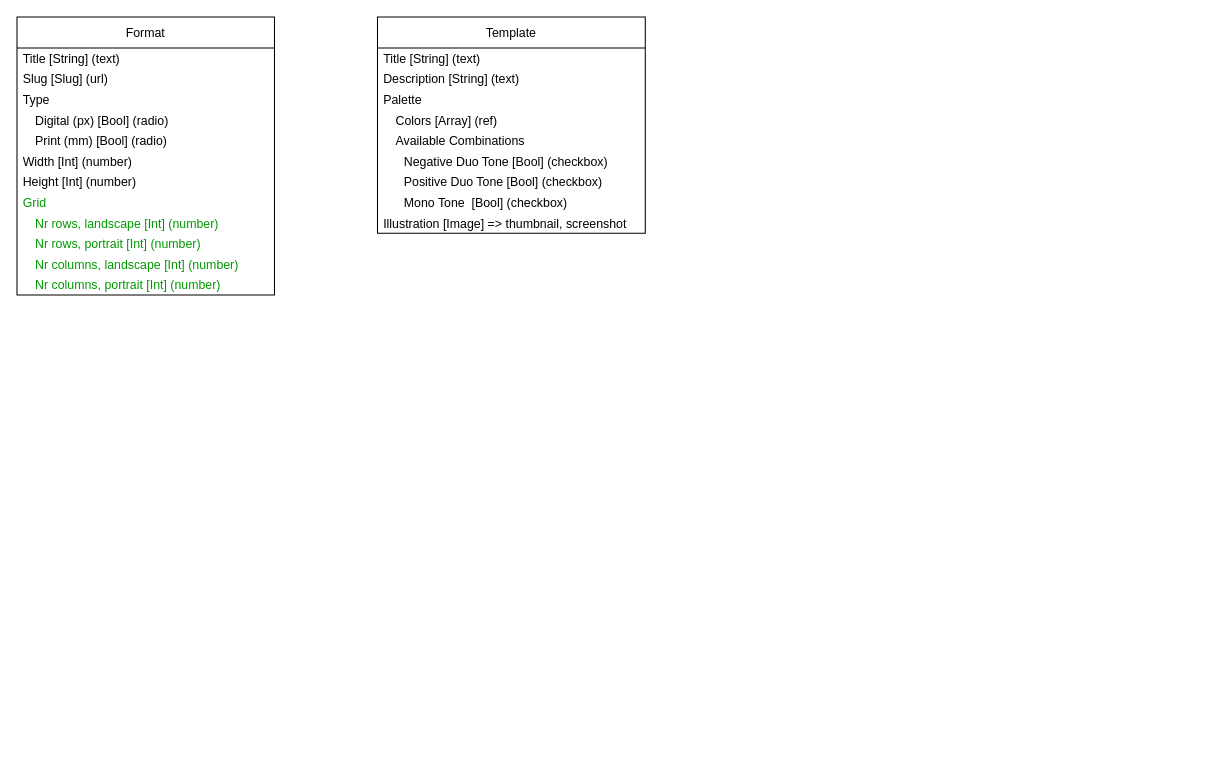
Earlier version of the draw.io diagram root/DesignmaskinCurrent2.drawio (dreamyguy/drawio). Source tidied: cells renumbered, new cells numbered last; positions are measured from the earlier drawing's top-left corner, leaving out a move shared by most shapes. Both pictures are drawn from the tidied source at 103%, with x=0, y=0 at pixel (16, 16).
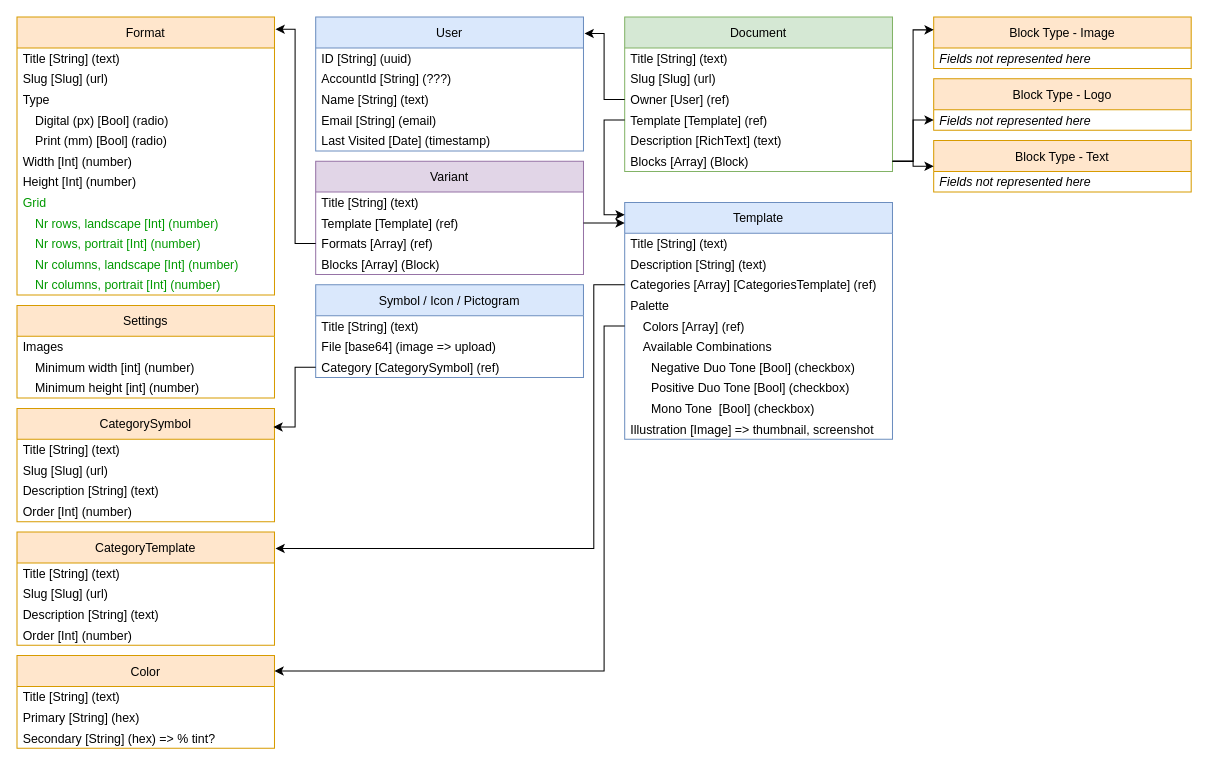
After the change.

The edit, as a diff of the source:
```diff
@@
-    <mxCell id="2" value="Format" style="swimlane;fontStyle=0;horizontal=1;startSize=30;" parent="1" vertex="1">
+    <mxCell id="2" value="Format" style="swimlane;fontStyle=0;horizontal=1;startSize=30;strokeColor=#d79b00;fillColor=#ffe6cc;" parent="1" vertex="1">
       <mxGeometry width="250" height="270" as="geometry" />
     </mxCell>
@@
-    <mxCell id="15" value="Template" style="swimlane;fontStyle=0;horizontal=1;startSize=30;" parent="1" vertex="1">
-      <mxGeometry x="350" width="260" height="210" as="geometry" />
+    <mxCell id="15" value="Template" style="swimlane;fontStyle=0;horizontal=1;startSize=30;fillColor=#dae8fc;strokeColor=#6c8ebf;" parent="1" vertex="1">
+      <mxGeometry x="590" y="180" width="260" height="230" as="geometry" />
     </mxCell>
@@
+    <mxCell id="25" value="Categories [Array] [CategoriesTemplate] (ref)" style="text;strokeColor=none;fillColor=none;align=left;verticalAlign=middle;spacingLeft=4;spacingRight=4;overflow=hidden;" parent="15" vertex="1">
+      <mxGeometry y="70" width="260" height="20" as="geometry" />
+    </mxCell>
     <mxCell id="18" value="Palette" style="text;strokeColor=none;fillColor=none;align=left;verticalAlign=middle;spacingLeft=4;spacingRight=4;overflow=hidden;" parent="15" vertex="1">
-      <mxGeometry y="70" width="260" height="20" as="geometry" />
+      <mxGeometry y="90" width="260" height="20" as="geometry" />
     </mxCell>
     <mxCell id="19" value="Colors [Array] (ref)" style="text;strokeColor=none;fillColor=none;align=left;verticalAlign=middle;spacingLeft=16;spacingRight=4;overflow=hidden;points=[[0,0.5],[1,0.5]];portConstraint=eastwest;" parent="15" vertex="1">
-      <mxGeometry y="90" width="260" height="20" as="geometry" />
+      <mxGeometry y="110" width="260" height="20" as="geometry" />
     </mxCell>
     <mxCell id="20" value="Available Combinations" style="text;strokeColor=none;fillColor=none;align=left;verticalAlign=middle;spacingLeft=16;spacingRight=4;overflow=hidden;" parent="15" vertex="1">
-      <mxGeometry y="110" width="260" height="20" as="geometry" />
+      <mxGeometry y="130" width="260" height="20" as="geometry" />
     </mxCell>
     <mxCell id="21" value="Negative Duo Tone [Bool] (checkbox)" style="text;strokeColor=none;fillColor=none;align=left;verticalAlign=middle;spacingLeft=24;spacingRight=4;overflow=hidden;" parent="15" vertex="1">
-      <mxGeometry y="130" width="260" height="20" as="geometry" />
+      <mxGeometry y="150" width="260" height="20" as="geometry" />
     </mxCell>
     <mxCell id="22" value="Positive Duo Tone [Bool] (checkbox)" style="text;strokeColor=none;fillColor=none;align=left;verticalAlign=middle;spacingLeft=24;spacingRight=4;overflow=hidden;" parent="15" vertex="1">
-      <mxGeometry y="150" width="260" height="20" as="geometry" />
+      <mxGeometry y="170" width="260" height="20" as="geometry" />
     </mxCell>
     <mxCell id="23" value="Mono Tone  [Bool] (checkbox)" style="text;strokeColor=none;fillColor=none;align=left;verticalAlign=middle;spacingLeft=24;spacingRight=4;overflow=hidden;" parent="15" vertex="1">
-      <mxGeometry y="170" width="260" height="20" as="geometry" />
+      <mxGeometry y="190" width="260" height="20" as="geometry" />
     </mxCell>
     <mxCell id="24" value="Illustration [Image] =&gt; thumbnail, screenshot" style="text;strokeColor=none;fillColor=none;align=left;verticalAlign=middle;spacingLeft=4;spacingRight=4;overflow=hidden;" parent="15" vertex="1">
-      <mxGeometry y="190" width="260" height="20" as="geometry" />
+      <mxGeometry y="210" width="260" height="20" as="geometry" />
     </mxCell>
+    <mxCell id="26" value="Document" style="swimlane;fontStyle=0;horizontal=1;startSize=30;fillColor=#d5e8d4;strokeColor=#82b366;" parent="1" vertex="1">
+      <mxGeometry x="590" width="260" height="150" as="geometry" />
+    </mxCell>
+    <mxCell id="27" value="Title [String] (text)" style="text;strokeColor=none;fillColor=none;align=left;verticalAlign=middle;spacingLeft=4;spacingRight=4;overflow=hidden;spacing=2;" parent="26" vertex="1">
+      <mxGeometry y="30" width="260" height="20" as="geometry" />
+    </mxCell>
+    <mxCell id="28" value="Slug [Slug] (url)" style="text;strokeColor=none;fillColor=none;align=left;verticalAlign=middle;spacingLeft=4;spacingRight=4;overflow=hidden;spacing=2;" parent="26" vertex="1">
+      <mxGeometry y="50" width="260" height="20" as="geometry" />
+    </mxCell>
+    <mxCell id="29" value="Owner [User] (ref)" style="text;strokeColor=none;fillColor=none;align=left;verticalAlign=middle;spacingLeft=4;spacingRight=4;overflow=hidden;points=[[0,0.5],[1,0.5]];portConstraint=eastwest;spacing=2;" parent="26" vertex="1">
+      <mxGeometry y="70" width="260" height="20" as="geometry" />
+    </mxCell>
+    <mxCell id="30" value="Template [Template] (ref)" style="text;strokeColor=none;fillColor=none;align=left;verticalAlign=middle;spacingLeft=4;spacingRight=4;overflow=hidden;points=[[0,0.5],[1,0.5]];portConstraint=eastwest;spacing=2;" parent="26" vertex="1">
+      <mxGeometry y="90" width="260" height="20" as="geometry" />
+    </mxCell>
+    <mxCell id="31" value="Description [RichText] (text)" style="text;strokeColor=none;fillColor=none;align=left;verticalAlign=middle;spacingLeft=4;spacingRight=4;overflow=hidden;" parent="26" vertex="1">
+      <mxGeometry y="110" width="260" height="20" as="geometry" />
+    </mxCell>
+    <mxCell id="32" value="Blocks [Array] (Block)" style="text;strokeColor=none;fillColor=none;align=left;verticalAlign=middle;spacingLeft=4;spacingRight=4;overflow=hidden;points=[[0,0.5],[1,0.5]];portConstraint=eastwest;" parent="26" vertex="1">
+      <mxGeometry y="130" width="260" height="20" as="geometry" />
+    </mxCell>
+    <mxCell id="33" value="User" style="swimlane;fontStyle=0;horizontal=1;startSize=30;fillColor=#dae8fc;strokeColor=#6c8ebf;" parent="1" vertex="1">
+      <mxGeometry x="290" width="260" height="130" as="geometry" />
+    </mxCell>
+    <mxCell id="34" value="ID [String] (uuid)" style="text;strokeColor=none;fillColor=none;align=left;verticalAlign=middle;spacingLeft=4;spacingRight=4;overflow=hidden;spacing=2;" parent="33" vertex="1">
+      <mxGeometry y="30" width="260" height="20" as="geometry" />
+    </mxCell>
+    <mxCell id="35" value="AccountId [String] (???)" style="text;strokeColor=none;fillColor=none;align=left;verticalAlign=middle;spacingLeft=4;spacingRight=4;overflow=hidden;spacing=2;" parent="33" vertex="1">
+      <mxGeometry y="50" width="260" height="20" as="geometry" />
+    </mxCell>
+    <mxCell id="36" value="Name [String] (text)" style="text;strokeColor=none;fillColor=none;align=left;verticalAlign=middle;spacingLeft=4;spacingRight=4;overflow=hidden;spacing=2;" parent="33" vertex="1">
+      <mxGeometry y="70" width="260" height="20" as="geometry" />
+    </mxCell>
+    <mxCell id="37" value="Email [String] (email)" style="text;strokeColor=none;fillColor=none;align=left;verticalAlign=middle;spacingLeft=4;spacingRight=4;overflow=hidden;" parent="33" vertex="1">
+      <mxGeometry y="90" width="260" height="20" as="geometry" />
+    </mxCell>
+    <mxCell id="38" value="Last Visited [Date] (timestamp)" style="text;strokeColor=none;fillColor=none;align=left;verticalAlign=middle;spacingLeft=4;spacingRight=4;overflow=hidden;" parent="33" vertex="1">
+      <mxGeometry y="110" width="260" height="20" as="geometry" />
+    </mxCell>
+    <mxCell id="39" style="edgeStyle=orthogonalEdgeStyle;rounded=0;jettySize=auto;html=1;exitX=0;exitY=0.5;exitDx=0;exitDy=0;entryX=1.004;entryY=0.123;entryDx=0;entryDy=0;entryPerimeter=0;fontColor=#009900;" parent="1" edge="1" source="29" target="33">
+      <mxGeometry relative="1" as="geometry" />
+    </mxCell>
+    <mxCell id="40" value="Color" style="swimlane;fontStyle=0;horizontal=1;startSize=30;fillColor=#ffe6cc;strokeColor=#d79b00;" parent="1" vertex="1">
+      <mxGeometry y="620" width="250" height="90" as="geometry" />
+    </mxCell>
+    <mxCell id="41" value="Title [String] (text)" style="text;strokeColor=none;fillColor=none;align=left;verticalAlign=middle;spacingLeft=4;spacingRight=4;overflow=hidden;spacing=2;" parent="40" vertex="1">
+      <mxGeometry y="30" width="250" height="20" as="geometry" />
+    </mxCell>
+    <mxCell id="42" value="Primary [String] (hex)" style="text;strokeColor=none;fillColor=none;align=left;verticalAlign=middle;spacingLeft=4;spacingRight=4;overflow=hidden;" parent="40" vertex="1">
+      <mxGeometry y="50" width="250" height="20" as="geometry" />
+    </mxCell>
+    <mxCell id="43" value="Secondary [String] (hex) =&gt; % tint?" style="text;strokeColor=none;fillColor=none;align=left;verticalAlign=middle;spacingLeft=4;spacingRight=4;overflow=hidden;" parent="40" vertex="1">
+      <mxGeometry y="70" width="250" height="20" as="geometry" />
+    </mxCell>
+    <mxCell id="44" style="edgeStyle=orthogonalEdgeStyle;rounded=0;jettySize=auto;html=1;exitX=0;exitY=0.5;exitDx=0;exitDy=0;entryX=1;entryY=0.167;entryDx=0;entryDy=0;entryPerimeter=0;fontColor=#009900;" parent="1" edge="1" source="19" target="40">
+      <mxGeometry relative="1" as="geometry">
+        <Array as="points">
+          <mxPoint x="570" y="300" />
+          <mxPoint x="570" y="635" />
+        </Array>
+      </mxGeometry>
+    </mxCell>
+    <mxCell id="45" value="Symbol / Icon / Pictogram" style="swimlane;fontStyle=0;horizontal=1;startSize=30;fillColor=#dae8fc;strokeColor=#6c8ebf;" parent="1" vertex="1">
+      <mxGeometry x="290" y="260" width="260" height="90" as="geometry" />
+    </mxCell>
+    <mxCell id="46" value="Title [String] (text)" style="text;strokeColor=none;fillColor=none;align=left;verticalAlign=middle;spacingLeft=4;spacingRight=4;overflow=hidden;spacing=2;" parent="45" vertex="1">
+      <mxGeometry y="30" width="260" height="20" as="geometry" />
+    </mxCell>
+    <mxCell id="47" value="File [base64] (image =&gt; upload)" style="text;strokeColor=none;fillColor=none;align=left;verticalAlign=middle;spacingLeft=4;spacingRight=4;overflow=hidden;" parent="45" vertex="1">
+      <mxGeometry y="50" width="260" height="20" as="geometry" />
+    </mxCell>
+    <mxCell id="48" value="Category [CategorySymbol] (ref)" style="text;strokeColor=none;fillColor=none;align=left;verticalAlign=middle;spacingLeft=4;spacingRight=4;overflow=hidden;points=[[0,0.5],[1,0.5]];portConstraint=eastwest;" parent="45" vertex="1">
+      <mxGeometry y="70" width="260" height="20" as="geometry" />
+    </mxCell>
+    <mxCell id="49" value="CategoryTemplate" style="swimlane;fontStyle=0;horizontal=1;startSize=30;fillColor=#ffe6cc;strokeColor=#d79b00;" parent="1" vertex="1">
+      <mxGeometry y="500" width="250" height="110" as="geometry" />
+    </mxCell>
+    <mxCell id="50" value="Title [String] (text)" style="text;strokeColor=none;fillColor=none;align=left;verticalAlign=middle;spacingLeft=4;spacingRight=4;overflow=hidden;spacing=2;" parent="49" vertex="1">
+      <mxGeometry y="30" width="250" height="20" as="geometry" />
+    </mxCell>
+    <mxCell id="51" value="Slug [Slug] (url)" style="text;strokeColor=none;fillColor=none;align=left;verticalAlign=middle;spacingLeft=4;spacingRight=4;overflow=hidden;" parent="49" vertex="1">
+      <mxGeometry y="50" width="250" height="20" as="geometry" />
+    </mxCell>
+    <mxCell id="52" value="Description [String] (text)" style="text;strokeColor=none;fillColor=none;align=left;verticalAlign=middle;spacingLeft=4;spacingRight=4;overflow=hidden;" parent="49" vertex="1">
+      <mxGeometry y="70" width="250" height="20" as="geometry" />
+    </mxCell>
+    <mxCell id="53" value="Order [Int] (number)" style="text;strokeColor=none;fillColor=none;align=left;verticalAlign=middle;spacingLeft=4;spacingRight=4;overflow=hidden;" parent="49" vertex="1">
+      <mxGeometry y="90" width="250" height="20" as="geometry" />
+    </mxCell>
+    <mxCell id="54" value="CategorySymbol" style="swimlane;fontStyle=0;horizontal=1;startSize=30;fillColor=#ffe6cc;strokeColor=#d79b00;" parent="1" vertex="1">
+      <mxGeometry y="380" width="250" height="110" as="geometry" />
+    </mxCell>
+    <mxCell id="55" value="Title [String] (text)" style="text;strokeColor=none;fillColor=none;align=left;verticalAlign=middle;spacingLeft=4;spacingRight=4;overflow=hidden;spacing=2;" parent="54" vertex="1">
+      <mxGeometry y="30" width="250" height="20" as="geometry" />
+    </mxCell>
+    <mxCell id="56" value="Slug [Slug] (url)" style="text;strokeColor=none;fillColor=none;align=left;verticalAlign=middle;spacingLeft=4;spacingRight=4;overflow=hidden;" parent="54" vertex="1">
+      <mxGeometry y="50" width="250" height="20" as="geometry" />
+    </mxCell>
+    <mxCell id="57" value="Description [String] (text)" style="text;strokeColor=none;fillColor=none;align=left;verticalAlign=middle;spacingLeft=4;spacingRight=4;overflow=hidden;" parent="54" vertex="1">
+      <mxGeometry y="70" width="250" height="20" as="geometry" />
+    </mxCell>
+    <mxCell id="58" value="Order [Int] (number)" style="text;strokeColor=none;fillColor=none;align=left;verticalAlign=middle;spacingLeft=4;spacingRight=4;overflow=hidden;" parent="54" vertex="1">
+      <mxGeometry y="90" width="250" height="20" as="geometry" />
+    </mxCell>
+    <mxCell id="59" style="edgeStyle=orthogonalEdgeStyle;rounded=0;jettySize=auto;html=1;exitX=0;exitY=0.5;exitDx=0;exitDy=0;entryX=0.996;entryY=0.164;entryDx=0;entryDy=0;entryPerimeter=0;fontColor=#009900;" parent="1" edge="1" source="48" target="54">
+      <mxGeometry relative="1" as="geometry" />
+    </mxCell>
+    <mxCell id="60" style="edgeStyle=orthogonalEdgeStyle;rounded=0;jettySize=auto;html=1;entryX=1.004;entryY=0.145;entryDx=0;entryDy=0;entryPerimeter=0;fontColor=#009900;" parent="1" edge="1" target="49">
+      <mxGeometry relative="1" as="geometry">
+        <mxPoint x="590" y="260" as="sourcePoint" />
+        <Array as="points">
+          <mxPoint x="590" y="260" />
+          <mxPoint x="560" y="260" />
+          <mxPoint x="560" y="516" />
+        </Array>
+      </mxGeometry>
+    </mxCell>
+    <mxCell id="61" value="Settings" style="swimlane;fontStyle=0;horizontal=1;startSize=30;fillColor=#ffe6cc;strokeColor=#d79b00;" parent="1" vertex="1">
+      <mxGeometry y="280" width="250" height="90" as="geometry" />
+    </mxCell>
+    <mxCell id="62" value="Images" style="text;strokeColor=none;fillColor=none;align=left;verticalAlign=middle;spacingLeft=4;spacingRight=4;overflow=hidden;" parent="61" vertex="1">
+      <mxGeometry y="30" width="250" height="20" as="geometry" />
+    </mxCell>
+    <mxCell id="63" value="Minimum width [int] (number)" style="text;strokeColor=none;fillColor=none;align=left;verticalAlign=middle;spacingLeft=16;spacingRight=4;overflow=hidden;" parent="61" vertex="1">
+      <mxGeometry y="50" width="250" height="20" as="geometry" />
+    </mxCell>
+    <mxCell id="64" value="Minimum height [int] (number)" style="text;strokeColor=none;fillColor=none;align=left;verticalAlign=middle;spacingLeft=16;spacingRight=4;overflow=hidden;" parent="61" vertex="1">
+      <mxGeometry y="70" width="250" height="20" as="geometry" />
+    </mxCell>
+    <mxCell id="65" value="Variant" style="swimlane;fontStyle=0;horizontal=1;startSize=30;fillColor=#e1d5e7;strokeColor=#9673a6;" parent="1" vertex="1">
+      <mxGeometry x="290" y="140" width="260" height="110" as="geometry" />
+    </mxCell>
+    <mxCell id="66" value="Title [String] (text)" style="text;strokeColor=none;fillColor=none;align=left;verticalAlign=middle;spacingLeft=4;spacingRight=4;overflow=hidden;spacing=2;" parent="65" vertex="1">
+      <mxGeometry y="30" width="260" height="20" as="geometry" />
+    </mxCell>
+    <mxCell id="67" value="Template [Template] (ref)" style="text;strokeColor=none;fillColor=none;align=left;verticalAlign=middle;spacingLeft=4;spacingRight=4;overflow=hidden;points=[[0,0.5],[1,0.5]];portConstraint=eastwest;spacing=2;" parent="65" vertex="1">
+      <mxGeometry y="50" width="260" height="20" as="geometry" />
+    </mxCell>
+    <mxCell id="68" value="Formats [Array] (ref)" style="text;strokeColor=none;fillColor=none;align=left;verticalAlign=middle;spacingLeft=4;spacingRight=4;overflow=hidden;points=[[0,0.5],[1,0.5]];portConstraint=eastwest;" parent="65" vertex="1">
+      <mxGeometry y="70" width="260" height="20" as="geometry" />
+    </mxCell>
+    <mxCell id="69" value="Blocks [Array] (Block)" style="text;strokeColor=none;fillColor=none;align=left;verticalAlign=middle;spacingLeft=4;spacingRight=4;overflow=hidden;" parent="65" vertex="1">
+      <mxGeometry y="90" width="260" height="20" as="geometry" />
+    </mxCell>
+    <mxCell id="70" style="edgeStyle=orthogonalEdgeStyle;rounded=0;jettySize=auto;html=1;exitX=0;exitY=0.5;exitDx=0;exitDy=0;entryX=1.004;entryY=0.044;entryDx=0;entryDy=0;entryPerimeter=0;fontColor=#009900;" parent="1" edge="1" source="68" target="2">
+      <mxGeometry relative="1" as="geometry" />
+    </mxCell>
+    <mxCell id="71" style="edgeStyle=orthogonalEdgeStyle;rounded=0;jettySize=auto;html=1;exitX=1;exitY=0.5;exitDx=0;exitDy=0;fontColor=#009900;" parent="1" edge="1" source="67">
+      <mxGeometry relative="1" as="geometry">
+        <mxPoint x="590" y="200" as="targetPoint" />
+      </mxGeometry>
+    </mxCell>
+    <mxCell id="72" style="edgeStyle=orthogonalEdgeStyle;rounded=0;jettySize=auto;html=1;exitX=0;exitY=0.5;exitDx=0;exitDy=0;entryX=0;entryY=0.052;entryDx=0;entryDy=0;entryPerimeter=0;fontColor=#009900;" parent="1" edge="1" source="30" target="15">
+      <mxGeometry relative="1" as="geometry" />
+    </mxCell>
+    <mxCell id="73" value="Block Type - Image" style="swimlane;fontStyle=0;horizontal=1;startSize=30;fillColor=#ffe6cc;strokeColor=#d79b00;" parent="1" vertex="1">
+      <mxGeometry x="890" width="250" height="50" as="geometry" />
+    </mxCell>
+    <mxCell id="74" value="Fields not represented here" style="text;strokeColor=none;fillColor=none;align=left;verticalAlign=middle;spacingLeft=4;spacingRight=4;overflow=hidden;spacing=2;fontStyle=2;" parent="73" vertex="1">
+      <mxGeometry y="30" width="250" height="20" as="geometry" />
+    </mxCell>
+    <mxCell id="75" value="Block Type - Text" style="swimlane;fontStyle=0;horizontal=1;startSize=30;fillColor=#ffe6cc;strokeColor=#d79b00;" parent="1" vertex="1">
+      <mxGeometry x="890" y="120" width="250" height="50" as="geometry" />
+    </mxCell>
+    <mxCell id="76" value="Fields not represented here" style="text;strokeColor=none;fillColor=none;align=left;verticalAlign=middle;spacingLeft=4;spacingRight=4;overflow=hidden;spacing=2;fontStyle=2;" parent="75" vertex="1">
+      <mxGeometry y="30" width="250" height="20" as="geometry" />
+    </mxCell>
+    <mxCell id="77" value="Block Type - Logo" style="swimlane;fontStyle=0;horizontal=1;startSize=30;fillColor=#ffe6cc;strokeColor=#d79b00;" parent="1" vertex="1">
+      <mxGeometry x="890" y="60" width="250" height="50" as="geometry" />
+    </mxCell>
+    <mxCell id="78" value="Fields not represented here" style="text;strokeColor=none;fillColor=none;align=left;verticalAlign=middle;spacingLeft=4;spacingRight=4;overflow=hidden;points=[[0,0.5],[1,0.5]];portConstraint=eastwest;spacing=2;fontStyle=2;" parent="77" vertex="1">
+      <mxGeometry y="30" width="250" height="20" as="geometry" />
+    </mxCell>
+    <mxCell id="79" style="edgeStyle=orthogonalEdgeStyle;rounded=0;jettySize=auto;html=1;exitX=1;exitY=0.5;exitDx=0;exitDy=0;entryX=0;entryY=0.25;entryDx=0;entryDy=0;fontColor=#009900;" parent="1" edge="1" source="32" target="73">
+      <mxGeometry relative="1" as="geometry" />
+    </mxCell>
+    <mxCell id="80" style="edgeStyle=orthogonalEdgeStyle;rounded=0;jettySize=auto;html=1;fontColor=#009900;endArrow=classic;endFill=1;" parent="1" edge="1" source="32" target="78">
+      <mxGeometry relative="1" as="geometry" />
+    </mxCell>
+    <mxCell id="81" style="edgeStyle=orthogonalEdgeStyle;rounded=0;jettySize=auto;html=1;fontColor=#009900;" parent="1" edge="1" source="32" target="75">
+      <mxGeometry relative="1" as="geometry" />
+    </mxCell>
```
